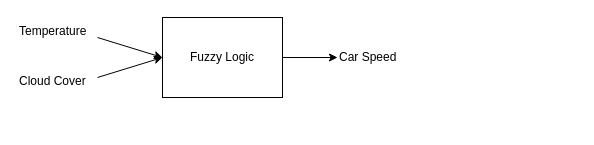
This is Thermal Control.drawio from MonaJea-Ng/Projects, a draw.io file, before an edit. Source tidied: cells renumbered, new cells numbered last; positions are measured from the earlier drawing's top-left corner, leaving out a move shared by most shapes. Both pictures are drawn from the tidied source at 100%, with x=0, y=0 at pixel (17, 17).
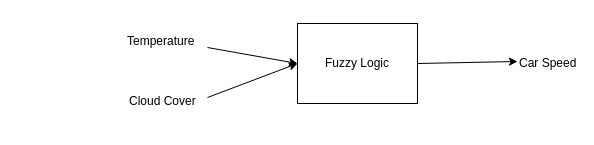
After the change.

Diff of the diagram source:
```diff
@@
 <mxGraphModel>
   <root>
     <mxCell id="0" />
     <mxCell id="1" parent="0" />
     <mxCell id="2" value="Fuzzy Logic" style="rounded=0;whiteSpace=wrap;html=1;" parent="1" vertex="1">
-      <mxGeometry x="145" width="120" height="80" as="geometry" />
+      <mxGeometry x="280" y="6" width="120" height="80" as="geometry" />
     </mxCell>
     <mxCell id="3" style="endArrow=classic;html=1;rounded=0;entryX=0;entryY=0.5;entryDx=0;entryDy=0;" parent="1" edge="1" target="2">
       <mxGeometry relative="1" as="geometry">
-        <mxPoint x="80" y="20" as="sourcePoint" />
+        <mxPoint x="190" y="30" as="sourcePoint" />
       </mxGeometry>
     </mxCell>
     <mxCell id="4" value="&lt;div style=&quot;text-align: center;&quot;&gt;&lt;span style=&quot;background-color: initial;&quot;&gt;Temperature&lt;/span&gt;&lt;/div&gt;" style="text;whiteSpace=wrap;html=1;" parent="1" vertex="1">
-      <mxGeometry width="60" height="40" as="geometry" />
+      <mxGeometry x="108" y="10" width="60" height="40" as="geometry" />
     </mxCell>
     <mxCell id="5" value="&lt;div style=&quot;text-align: center;&quot;&gt;&lt;span style=&quot;background-color: initial;&quot;&gt;Cloud Cover&lt;/span&gt;&lt;/div&gt;" style="text;whiteSpace=wrap;html=1;" parent="1" vertex="1">
-      <mxGeometry y="50" width="70" height="40" as="geometry" />
+      <mxGeometry x="110" y="70" width="70" height="40" as="geometry" />
     </mxCell>
     <mxCell id="6" value="&lt;div style=&quot;text-align: center;&quot;&gt;&lt;span style=&quot;background-color: initial;&quot;&gt;Car Speed&lt;/span&gt;&lt;/div&gt;" style="text;whiteSpace=wrap;html=1;" parent="1" vertex="1">
-      <mxGeometry x="320" y="26" width="60" height="40" as="geometry" />
+      <mxGeometry x="500" y="32" width="60" height="24" as="geometry" />
     </mxCell>
     <mxCell id="7" style="endArrow=classic;html=1;rounded=0;entryX=0;entryY=0.5;entryDx=0;entryDy=0;" parent="1" edge="1" target="2">
       <mxGeometry relative="1" as="geometry">
-        <mxPoint x="80" y="60" as="sourcePoint" />
+        <mxPoint x="190" y="80" as="sourcePoint" />
       </mxGeometry>
     </mxCell>
-    <mxCell id="8" style="endArrow=classic;html=1;rounded=0;exitX=1;exitY=0.5;exitDx=0;exitDy=0;" parent="1" edge="1" source="2">
-      <mxGeometry relative="1" as="geometry">
-        <mxPoint x="320" y="40" as="targetPoint" />
-      </mxGeometry>
+    <mxCell id="8" style="endArrow=classic;html=1;rounded=0;exitX=1;exitY=0.5;exitDx=0;exitDy=0;entryX=0;entryY=0.5;entryDx=0;entryDy=0;" parent="1" edge="1" source="2" target="6">
+      <mxGeometry relative="1" as="geometry" />
     </mxCell>
   </root>
 </mxGraphModel>
```
